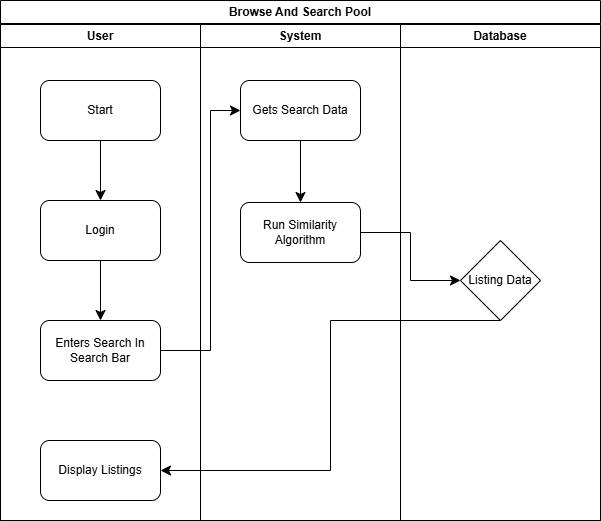
Before: Use Case Diagrams/browse_and_search_through_current_listings/browse_and_search_current_listings_SWIMLANE_DIAGRAM.drawio.png, a diagram exported from draw.io (gavinbarry60/group8). Source tidied: cells renumbered, new cells last; positions are measured from the earlier drawing's top-left corner, leaving out a move shared by most shapes. The source it was exported from:
```xml
<mxGraphModel>
  <root>
    <mxCell id="0" />
    <mxCell id="1" parent="0" />
    <mxCell id="2" value="Browse And Search Pool" style="swimlane;whiteSpace=wrap;html=1;startSize=23;" parent="1" vertex="1">
      <mxGeometry width="600" height="520" as="geometry" />
    </mxCell>
    <mxCell id="3" value="User" style="swimlane;whiteSpace=wrap;html=1;startSize=23;" parent="2" vertex="1">
      <mxGeometry y="24" width="200" height="496" as="geometry" />
    </mxCell>
    <mxCell id="4" value="Start" style="rounded=1;whiteSpace=wrap;html=1;" parent="3" vertex="1">
      <mxGeometry x="40" y="56" width="120" height="60" as="geometry" />
    </mxCell>
    <mxCell id="5" value="Login" style="rounded=1;whiteSpace=wrap;html=1;" parent="3" vertex="1">
      <mxGeometry x="40" y="176" width="120" height="60" as="geometry" />
    </mxCell>
    <mxCell id="6" value="Enters Search In Search Bar" style="rounded=1;whiteSpace=wrap;html=1;" parent="3" vertex="1">
      <mxGeometry x="40" y="296" width="120" height="60" as="geometry" />
    </mxCell>
    <mxCell id="7" style="endArrow=classic;html=1;rounded=0;fontSize=12;startSize=8;endSize=8;curved=1;exitX=0.5;exitY=1;exitDx=0;exitDy=0;entryX=0.5;entryY=0;entryDx=0;entryDy=0;" parent="3" edge="1" source="4" target="5">
      <mxGeometry relative="1" as="geometry" />
    </mxCell>
    <mxCell id="8" style="endArrow=classic;html=1;rounded=0;fontSize=12;startSize=8;endSize=8;curved=1;exitX=0.5;exitY=1;exitDx=0;exitDy=0;entryX=0.5;entryY=0;entryDx=0;entryDy=0;" parent="3" edge="1" source="5" target="6">
      <mxGeometry relative="1" as="geometry" />
    </mxCell>
    <mxCell id="9" value="Display Listings" style="rounded=1;whiteSpace=wrap;html=1;" parent="3" vertex="1">
      <mxGeometry x="40" y="416" width="120" height="60" as="geometry" />
    </mxCell>
    <mxCell id="10" value="System" style="swimlane;whiteSpace=wrap;html=1;" parent="2" vertex="1">
      <mxGeometry x="200" y="24" width="200" height="496" as="geometry" />
    </mxCell>
    <mxCell id="11" value="Gets Search Data" style="rounded=1;whiteSpace=wrap;html=1;" parent="10" vertex="1">
      <mxGeometry x="40" y="56" width="120" height="60" as="geometry" />
    </mxCell>
    <mxCell id="12" value="Run Similarity Algorithm" style="rounded=1;whiteSpace=wrap;html=1;" parent="10" vertex="1">
      <mxGeometry x="40" y="178" width="120" height="60" as="geometry" />
    </mxCell>
    <mxCell id="13" style="endArrow=classic;html=1;rounded=0;fontSize=12;startSize=8;endSize=8;curved=1;exitX=0.5;exitY=1;exitDx=0;exitDy=0;entryX=0.5;entryY=0;entryDx=0;entryDy=0;" parent="10" edge="1" source="11" target="12">
      <mxGeometry relative="1" as="geometry" />
    </mxCell>
    <mxCell id="14" value="Database" style="swimlane;whiteSpace=wrap;html=1;" parent="2" vertex="1">
      <mxGeometry x="400" y="24" width="200" height="496" as="geometry" />
    </mxCell>
    <mxCell id="15" value="Listing Data" style="rhombus;whiteSpace=wrap;html=1;" parent="14" vertex="1">
      <mxGeometry x="60" y="216" width="80" height="80" as="geometry" />
    </mxCell>
    <mxCell id="16" style="endArrow=classic;html=1;rounded=0;fontSize=12;startSize=8;endSize=8;exitX=1;exitY=0.5;exitDx=0;exitDy=0;edgeStyle=orthogonalEdgeStyle;entryX=0;entryY=0.5;entryDx=0;entryDy=0;" parent="2" edge="1" source="6" target="11">
      <mxGeometry relative="1" as="geometry">
        <Array as="points">
          <mxPoint x="210" y="350" />
          <mxPoint x="210" y="110" />
        </Array>
      </mxGeometry>
    </mxCell>
    <mxCell id="17" style="endArrow=classic;html=1;rounded=0;fontSize=12;startSize=8;endSize=8;exitX=1;exitY=0.5;exitDx=0;exitDy=0;edgeStyle=orthogonalEdgeStyle;entryX=0;entryY=0.5;entryDx=0;entryDy=0;" parent="2" edge="1" source="12" target="15">
      <mxGeometry relative="1" as="geometry" />
    </mxCell>
    <mxCell id="18" style="endArrow=classic;html=1;rounded=0;fontSize=12;startSize=8;endSize=8;edgeStyle=elbowEdgeStyle;exitX=0.5;exitY=1;exitDx=0;exitDy=0;entryX=1;entryY=0.5;entryDx=0;entryDy=0;" parent="2" edge="1" source="15" target="9">
      <mxGeometry relative="1" as="geometry" />
    </mxCell>
  </root>
</mxGraphModel>
```
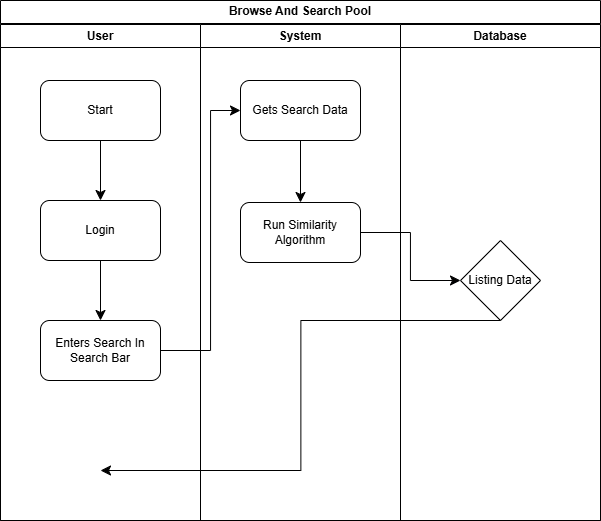
After the commit.

The edit, as a diff of the source:
```diff
@@ -23,9 +23,6 @@
     <mxCell id="8" style="endArrow=classic;html=1;rounded=0;fontSize=12;startSize=8;endSize=8;curved=1;exitX=0.5;exitY=1;exitDx=0;exitDy=0;entryX=0.5;entryY=0;entryDx=0;entryDy=0;" parent="3" edge="1" source="5" target="6">
       <mxGeometry relative="1" as="geometry" />
     </mxCell>
-    <mxCell id="9" value="Display Listings" style="rounded=1;whiteSpace=wrap;html=1;" parent="3" vertex="1">
-      <mxGeometry x="40" y="416" width="120" height="60" as="geometry" />
-    </mxCell>
     <mxCell id="10" value="System" style="swimlane;whiteSpace=wrap;html=1;" parent="2" vertex="1">
       <mxGeometry x="200" y="24" width="200" height="496" as="geometry" />
     </mxCell>
@@ -55,8 +52,10 @@
     <mxCell id="17" style="endArrow=classic;html=1;rounded=0;fontSize=12;startSize=8;endSize=8;exitX=1;exitY=0.5;exitDx=0;exitDy=0;edgeStyle=orthogonalEdgeStyle;entryX=0;entryY=0.5;entryDx=0;entryDy=0;" parent="2" edge="1" source="12" target="15">
       <mxGeometry relative="1" as="geometry" />
     </mxCell>
-    <mxCell id="18" style="endArrow=classic;html=1;rounded=0;fontSize=12;startSize=8;endSize=8;edgeStyle=elbowEdgeStyle;exitX=0.5;exitY=1;exitDx=0;exitDy=0;entryX=1;entryY=0.5;entryDx=0;entryDy=0;" parent="2" edge="1" source="15" target="9">
-      <mxGeometry relative="1" as="geometry" />
+    <mxCell id="18" style="endArrow=classic;html=1;rounded=0;fontSize=12;startSize=8;endSize=8;edgeStyle=elbowEdgeStyle;exitX=0.5;exitY=1;exitDx=0;exitDy=0;" parent="2" edge="1" source="15">
+      <mxGeometry relative="1" as="geometry">
+        <mxPoint x="100" y="470" as="targetPoint" />
+      </mxGeometry>
     </mxCell>
   </root>
 </mxGraphModel>
```
